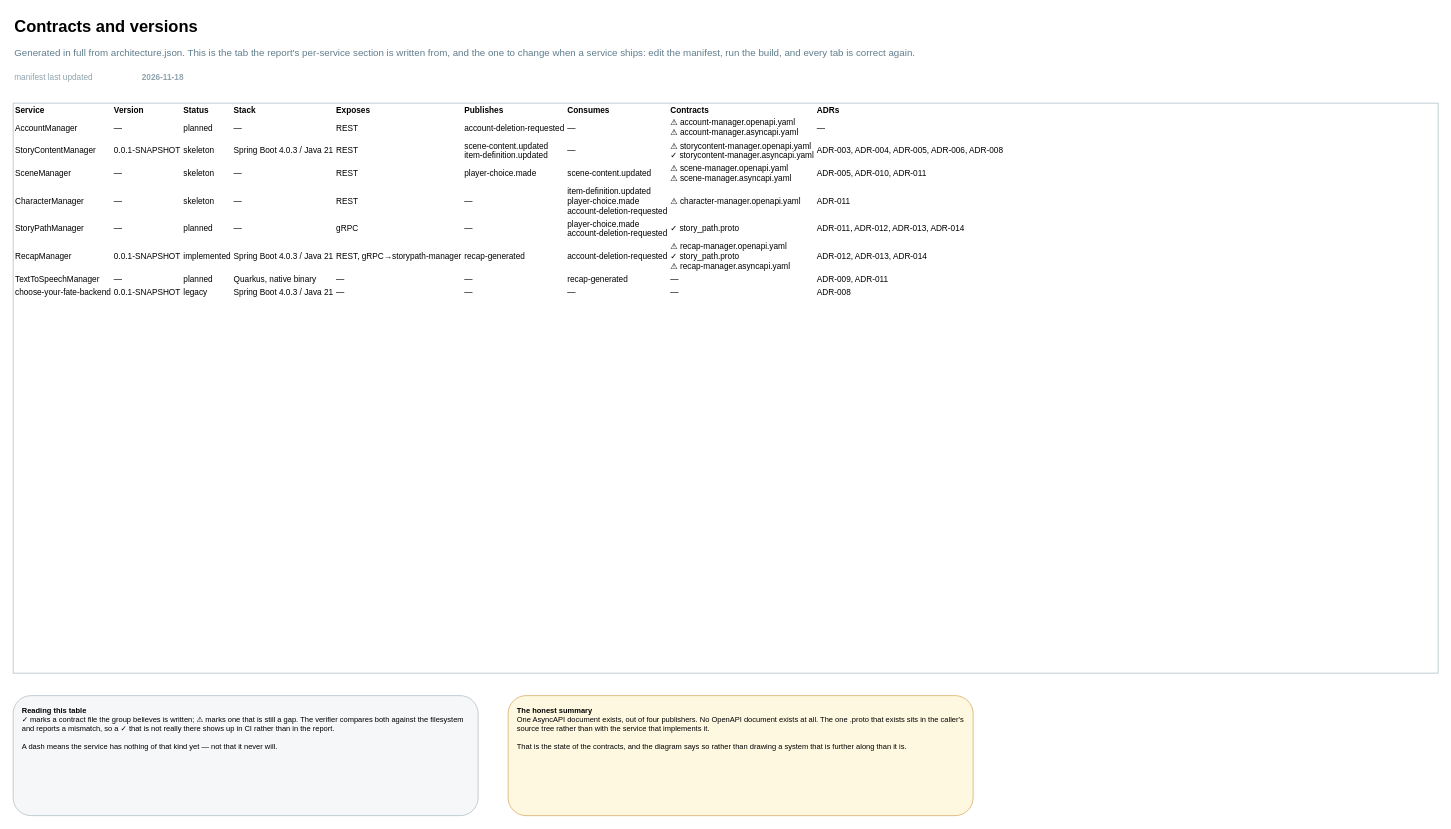
Above: page "Contracts and versions" (6 of 9) of docs/architecture/architecture.drawio in Grupp2B-Spam/RPG_Choose_Your_Fate_Sem2 (draw.io), before the change. Source tidied: cells renumbered, new cells numbered last; positions are measured from the earlier drawing's top-left corner, leaving out a move shared by most shapes. Both pictures are drawn from the tidied source at 75%, with x=0, y=0 at pixel (13, 13).
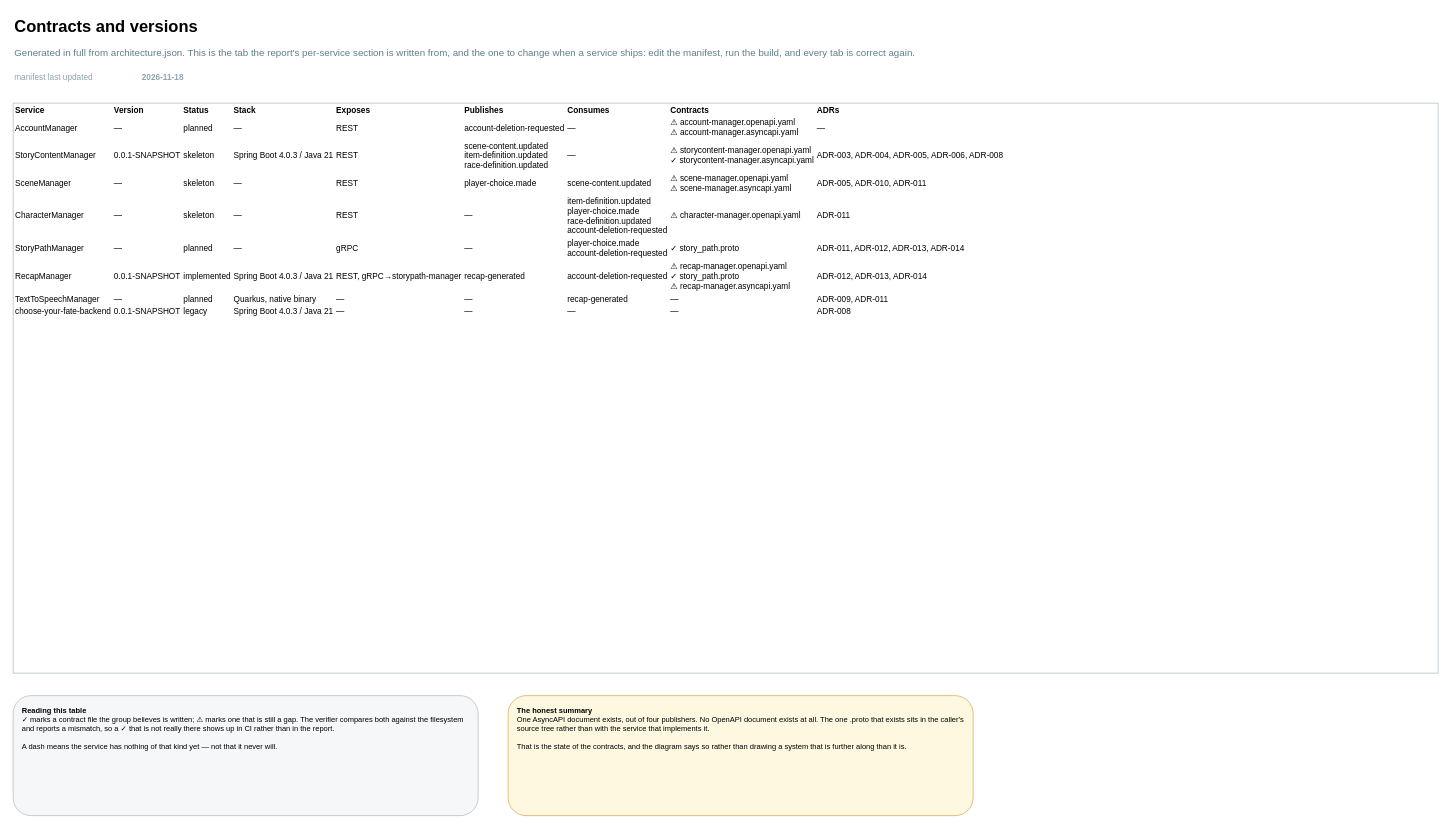
The same page after the edit.

Change to the diagram source:
```diff
@@
 <mxGraphModel>
   <root>
     <mxCell id="0" />
     <mxCell id="1" parent="0" />
     <mxCell id="2" value="Contracts and versions" style="text;html=1;fontSize=22;fontStyle=1;align=left;verticalAlign=middle;" parent="1" vertex="1">
       <mxGeometry width="1400" height="36" as="geometry" />
     </mxCell>
     <mxCell id="3" value="Generated in full from architecture.json. This is the tab the report's per-service section is written from, and the one to change when a service ships: edit the manifest, run the build, and every tab is correct again." style="text;html=1;fontSize=13;fontColor=#607d8b;align=left;verticalAlign=middle;" parent="1" vertex="1">
       <mxGeometry y="40" width="1400" height="24" as="geometry" />
     </mxCell>
     <mxCell id="4" value="manifest last updated" style="text;html=1;fontSize=11;fontColor=#90a4ae;align=left;verticalAlign=middle;" parent="1" vertex="1">
       <mxGeometry y="74" width="160" height="22" as="geometry" />
     </mxCell>
     <mxCell id="5" value="2026-11-18" style="text;html=1;fontSize=11;fontColor=#90a4ae;align=left;verticalAlign=middle;fontStyle=1;" parent="1" vertex="1">
       <mxGeometry x="170" y="74" width="200" height="22" as="geometry" />
     </mxCell>
-    <mxCell id="6" value="&lt;table&gt;&lt;tr&gt;&lt;th&gt;Service&lt;/th&gt;&lt;th&gt;Version&lt;/th&gt;&lt;th&gt;Status&lt;/th&gt;&lt;th&gt;Stack&lt;/th&gt;&lt;th&gt;Exposes&lt;/th&gt;&lt;th&gt;Publishes&lt;/th&gt;&lt;th&gt;Consumes&lt;/th&gt;&lt;th&gt;Contracts&lt;/th&gt;&lt;th&gt;ADRs&lt;/th&gt;&lt;/tr&gt;&lt;tr&gt;&lt;td&gt;AccountManager&lt;/td&gt;&lt;td&gt;—&lt;/td&gt;&lt;td&gt;planned&lt;/td&gt;&lt;td&gt;—&lt;/td&gt;&lt;td&gt;REST&lt;/td&gt;&lt;td&gt;account-deletion-requested&lt;/td&gt;&lt;td&gt;—&lt;/td&gt;&lt;td&gt;⚠ account-manager.openapi.yaml&lt;br&gt;⚠ account-manager.asyncapi.yaml&lt;/td&gt;&lt;td&gt;—&lt;/td&gt;&lt;/tr&gt;&lt;tr&gt;&lt;td&gt;StoryContentManager&lt;/td&gt;&lt;td&gt;0.0.1-SNAPSHOT&lt;/td&gt;&lt;td&gt;skeleton&lt;/td&gt;&lt;td&gt;Spring Boot 4.0.3 / Java 21&lt;/td&gt;&lt;td&gt;REST&lt;/td&gt;&lt;td&gt;scene-content.updated&lt;br&gt;item-definition.updated&lt;/td&gt;&lt;td&gt;—&lt;/td&gt;&lt;td&gt;⚠ storycontent-manager.openapi.yaml&lt;br&gt;✓ storycontent-manager.asyncapi.yaml&lt;/td&gt;&lt;td&gt;ADR-003, ADR-004, ADR-005, ADR-006, ADR-008&lt;/td&gt;&lt;/tr&gt;&lt;tr&gt;&lt;td&gt;SceneManager&lt;/td&gt;&lt;td&gt;—&lt;/td&gt;&lt;td&gt;skeleton&lt;/td&gt;&lt;td&gt;—&lt;/td&gt;&lt;td&gt;REST&lt;/td&gt;&lt;td&gt;player-choice.made&lt;/td&gt;&lt;td&gt;scene-content.updated&lt;/td&gt;&lt;td&gt;⚠ scene-manager.openapi.yaml&lt;br&gt;⚠ scene-manager.asyncapi.yaml&lt;/td&gt;&lt;td&gt;ADR-005, ADR-010, ADR-011&lt;/td&gt;&lt;/tr&gt;&lt;tr&gt;&lt;td&gt;CharacterManager&lt;/td&gt;&lt;td&gt;—&lt;/td&gt;&lt;td&gt;skeleton&lt;/td&gt;&lt;td&gt;—&lt;/td&gt;&lt;td&gt;REST&lt;/td&gt;&lt;td&gt;—&lt;/td&gt;&lt;td&gt;item-definition.updated&lt;br&gt;player-choice.made&lt;br&gt;account-deletion-requested&lt;/td&gt;&lt;td&gt;⚠ character-manager.openapi.yaml&lt;/td&gt;&lt;td&gt;ADR-011&lt;/td&gt;&lt;/tr&gt;&lt;tr&gt;&lt;td&gt;StoryPathManager&lt;/td&gt;&lt;td&gt;—&lt;/td&gt;&lt;td&gt;planned&lt;/td&gt;&lt;td&gt;—&lt;/td&gt;&lt;td&gt;gRPC&lt;/td&gt;&lt;td&gt;—&lt;/td&gt;&lt;td&gt;player-choice.made&lt;br&gt;account-deletion-requested&lt;/td&gt;&lt;td&gt;✓ story_path.proto&lt;/td&gt;&lt;td&gt;ADR-011, ADR-012, ADR-013, ADR-014&lt;/td&gt;&lt;/tr&gt;&lt;tr&gt;&lt;td&gt;RecapManager&lt;/td&gt;&lt;td&gt;0.0.1-SNAPSHOT&lt;/td&gt;&lt;td&gt;implemented&lt;/td&gt;&lt;td&gt;Spring Boot 4.0.3 / Java 21&lt;/td&gt;&lt;td&gt;REST, gRPC→storypath-manager&lt;/td&gt;&lt;td&gt;recap-generated&lt;/td&gt;&lt;td&gt;account-deletion-requested&lt;/td&gt;&lt;td&gt;⚠ recap-manager.openapi.yaml&lt;br&gt;✓ story_path.proto&lt;br&gt;⚠ recap-manager.asyncapi.yaml&lt;/td&gt;&lt;td&gt;ADR-012, ADR-013, ADR-014&lt;/td&gt;&lt;/tr&gt;&lt;tr&gt;&lt;td&gt;TextToSpeechManager&lt;/td&gt;&lt;td&gt;—&lt;/td&gt;&lt;td&gt;planned&lt;/td&gt;&lt;td&gt;Quarkus, native binary&lt;/td&gt;&lt;td&gt;—&lt;/td&gt;&lt;td&gt;—&lt;/td&gt;&lt;td&gt;recap-generated&lt;/td&gt;&lt;td&gt;—&lt;/td&gt;&lt;td&gt;ADR-009, ADR-011&lt;/td&gt;&lt;/tr&gt;&lt;tr&gt;&lt;td&gt;choose-your-fate-backend&lt;/td&gt;&lt;td&gt;0.0.1-SNAPSHOT&lt;/td&gt;&lt;td&gt;legacy&lt;/td&gt;&lt;td&gt;Spring Boot 4.0.3 / Java 21&lt;/td&gt;&lt;td&gt;—&lt;/td&gt;&lt;td&gt;—&lt;/td&gt;&lt;td&gt;—&lt;/td&gt;&lt;td&gt;—&lt;/td&gt;&lt;td&gt;ADR-008&lt;/td&gt;&lt;/tr&gt;&lt;/table&gt;" style="rounded=0;whiteSpace=wrap;html=1;fillColor=#ffffff;strokeColor=#b0bec5;align=left;verticalAlign=top;spacingLeft=10;spacingTop=10;fontSize=11;overflow=fill;" parent="1" vertex="1">
+    <mxCell id="6" value="&lt;table&gt;&lt;tr&gt;&lt;th&gt;Service&lt;/th&gt;&lt;th&gt;Version&lt;/th&gt;&lt;th&gt;Status&lt;/th&gt;&lt;th&gt;Stack&lt;/th&gt;&lt;th&gt;Exposes&lt;/th&gt;&lt;th&gt;Publishes&lt;/th&gt;&lt;th&gt;Consumes&lt;/th&gt;&lt;th&gt;Contracts&lt;/th&gt;&lt;th&gt;ADRs&lt;/th&gt;&lt;/tr&gt;&lt;tr&gt;&lt;td&gt;AccountManager&lt;/td&gt;&lt;td&gt;—&lt;/td&gt;&lt;td&gt;planned&lt;/td&gt;&lt;td&gt;—&lt;/td&gt;&lt;td&gt;REST&lt;/td&gt;&lt;td&gt;account-deletion-requested&lt;/td&gt;&lt;td&gt;—&lt;/td&gt;&lt;td&gt;⚠ account-manager.openapi.yaml&lt;br&gt;⚠ account-manager.asyncapi.yaml&lt;/td&gt;&lt;td&gt;—&lt;/td&gt;&lt;/tr&gt;&lt;tr&gt;&lt;td&gt;StoryContentManager&lt;/td&gt;&lt;td&gt;0.0.1-SNAPSHOT&lt;/td&gt;&lt;td&gt;skeleton&lt;/td&gt;&lt;td&gt;Spring Boot 4.0.3 / Java 21&lt;/td&gt;&lt;td&gt;REST&lt;/td&gt;&lt;td&gt;scene-content.updated&lt;br&gt;item-definition.updated&lt;br&gt;race-definition.updated&lt;/td&gt;&lt;td&gt;—&lt;/td&gt;&lt;td&gt;⚠ storycontent-manager.openapi.yaml&lt;br&gt;✓ storycontent-manager.asyncapi.yaml&lt;/td&gt;&lt;td&gt;ADR-003, ADR-004, ADR-005, ADR-006, ADR-008&lt;/td&gt;&lt;/tr&gt;&lt;tr&gt;&lt;td&gt;SceneManager&lt;/td&gt;&lt;td&gt;—&lt;/td&gt;&lt;td&gt;skeleton&lt;/td&gt;&lt;td&gt;—&lt;/td&gt;&lt;td&gt;REST&lt;/td&gt;&lt;td&gt;player-choice.made&lt;/td&gt;&lt;td&gt;scene-content.updated&lt;/td&gt;&lt;td&gt;⚠ scene-manager.openapi.yaml&lt;br&gt;⚠ scene-manager.asyncapi.yaml&lt;/td&gt;&lt;td&gt;ADR-005, ADR-010, ADR-011&lt;/td&gt;&lt;/tr&gt;&lt;tr&gt;&lt;td&gt;CharacterManager&lt;/td&gt;&lt;td&gt;—&lt;/td&gt;&lt;td&gt;skeleton&lt;/td&gt;&lt;td&gt;—&lt;/td&gt;&lt;td&gt;REST&lt;/td&gt;&lt;td&gt;—&lt;/td&gt;&lt;td&gt;item-definition.updated&lt;br&gt;player-choice.made&lt;br&gt;race-definition.updated&lt;br&gt;account-deletion-requested&lt;/td&gt;&lt;td&gt;⚠ character-manager.openapi.yaml&lt;/td&gt;&lt;td&gt;ADR-011&lt;/td&gt;&lt;/tr&gt;&lt;tr&gt;&lt;td&gt;StoryPathManager&lt;/td&gt;&lt;td&gt;—&lt;/td&gt;&lt;td&gt;planned&lt;/td&gt;&lt;td&gt;—&lt;/td&gt;&lt;td&gt;gRPC&lt;/td&gt;&lt;td&gt;—&lt;/td&gt;&lt;td&gt;player-choice.made&lt;br&gt;account-deletion-requested&lt;/td&gt;&lt;td&gt;✓ story_path.proto&lt;/td&gt;&lt;td&gt;ADR-011, ADR-012, ADR-013, ADR-014&lt;/td&gt;&lt;/tr&gt;&lt;tr&gt;&lt;td&gt;RecapManager&lt;/td&gt;&lt;td&gt;0.0.1-SNAPSHOT&lt;/td&gt;&lt;td&gt;implemented&lt;/td&gt;&lt;td&gt;Spring Boot 4.0.3 / Java 21&lt;/td&gt;&lt;td&gt;REST, gRPC→storypath-manager&lt;/td&gt;&lt;td&gt;recap-generated&lt;/td&gt;&lt;td&gt;account-deletion-requested&lt;/td&gt;&lt;td&gt;⚠ recap-manager.openapi.yaml&lt;br&gt;✓ story_path.proto&lt;br&gt;⚠ recap-manager.asyncapi.yaml&lt;/td&gt;&lt;td&gt;ADR-012, ADR-013, ADR-014&lt;/td&gt;&lt;/tr&gt;&lt;tr&gt;&lt;td&gt;TextToSpeechManager&lt;/td&gt;&lt;td&gt;—&lt;/td&gt;&lt;td&gt;planned&lt;/td&gt;&lt;td&gt;Quarkus, native binary&lt;/td&gt;&lt;td&gt;—&lt;/td&gt;&lt;td&gt;—&lt;/td&gt;&lt;td&gt;recap-generated&lt;/td&gt;&lt;td&gt;—&lt;/td&gt;&lt;td&gt;ADR-009, ADR-011&lt;/td&gt;&lt;/tr&gt;&lt;tr&gt;&lt;td&gt;choose-your-fate-backend&lt;/td&gt;&lt;td&gt;0.0.1-SNAPSHOT&lt;/td&gt;&lt;td&gt;legacy&lt;/td&gt;&lt;td&gt;Spring Boot 4.0.3 / Java 21&lt;/td&gt;&lt;td&gt;—&lt;/td&gt;&lt;td&gt;—&lt;/td&gt;&lt;td&gt;—&lt;/td&gt;&lt;td&gt;—&lt;/td&gt;&lt;td&gt;ADR-008&lt;/td&gt;&lt;/tr&gt;&lt;/table&gt;" style="rounded=0;whiteSpace=wrap;html=1;fillColor=#ffffff;strokeColor=#b0bec5;align=left;verticalAlign=top;spacingLeft=10;spacingTop=10;fontSize=11;overflow=fill;" parent="1" vertex="1">
       <mxGeometry y="120" width="1900" height="760" as="geometry" />
     </mxCell>
     <mxCell id="7" value="&lt;b&gt;Reading this table&lt;/b&gt;&lt;br&gt;✓ marks a contract file the group believes is written; ⚠ marks one that is still a gap. The verifier compares both against the filesystem and reports a mismatch, so a ✓ that is not really there shows up in CI rather than in the report.&lt;br&gt;&lt;br&gt;A dash means the service has nothing of that kind yet — not that it never will." style="rounded=1;whiteSpace=wrap;html=1;fillColor=#f5f7f8;strokeColor=#b0bec5;align=left;verticalAlign=top;spacingLeft=10;spacingTop=8;fontSize=10;" parent="1" vertex="1">
       <mxGeometry y="910" width="620" height="160" as="geometry" />
     </mxCell>
     <mxCell id="8" value="&lt;b&gt;The honest summary&lt;/b&gt;&lt;br&gt;One AsyncAPI document exists, out of four publishers. No OpenAPI document exists at all. The one .proto that exists sits in the caller's source tree rather than with the service that implements it.&lt;br&gt;&lt;br&gt;That is the state of the contracts, and the diagram says so rather than drawing a system that is further along than it is." style="rounded=1;whiteSpace=wrap;html=1;fillColor=#fff8e1;strokeColor=#d6a860;align=left;verticalAlign=top;spacingLeft=10;spacingTop=8;fontSize=10;" parent="1" vertex="1">
       <mxGeometry x="660" y="910" width="620" height="160" as="geometry" />
     </mxCell>
   </root>
 </mxGraphModel>
```
